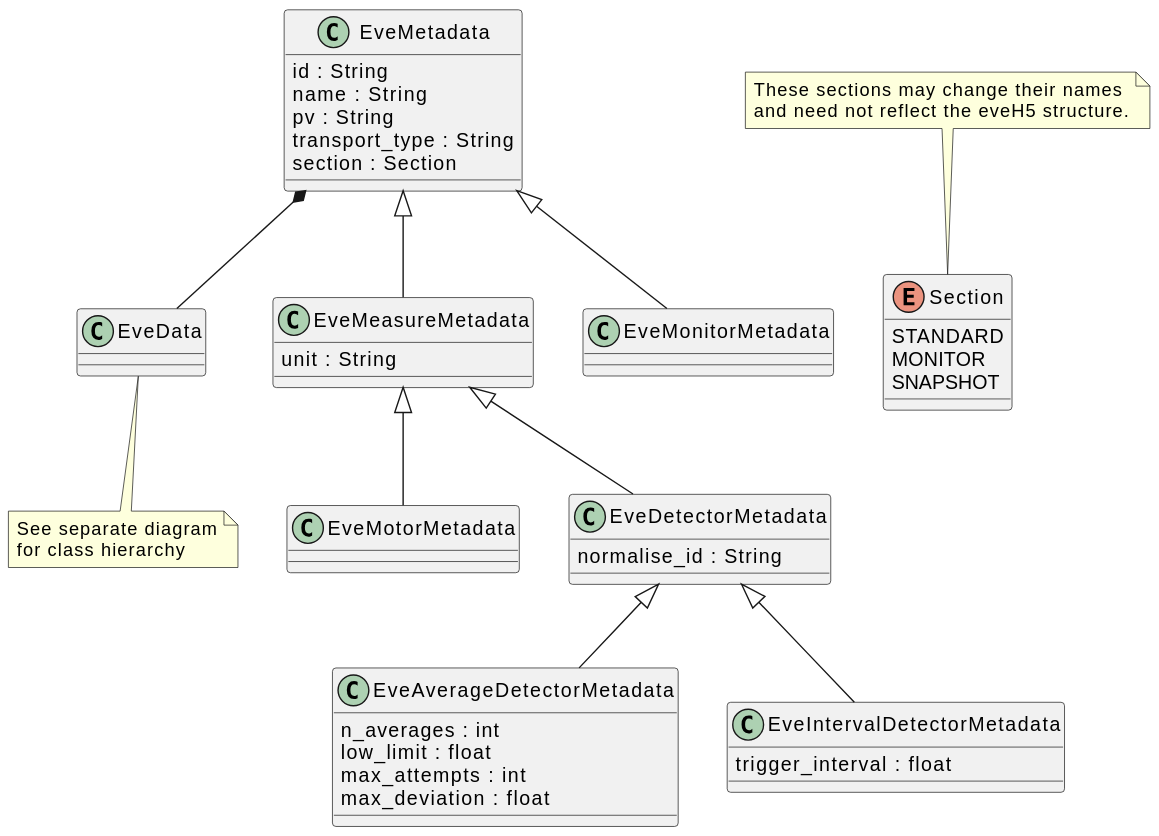
tillbiskup/evedata keeps this PlantUML diagram as docs/uml/evedata.evefile.evemetadata.svg. Above is the earlier version.
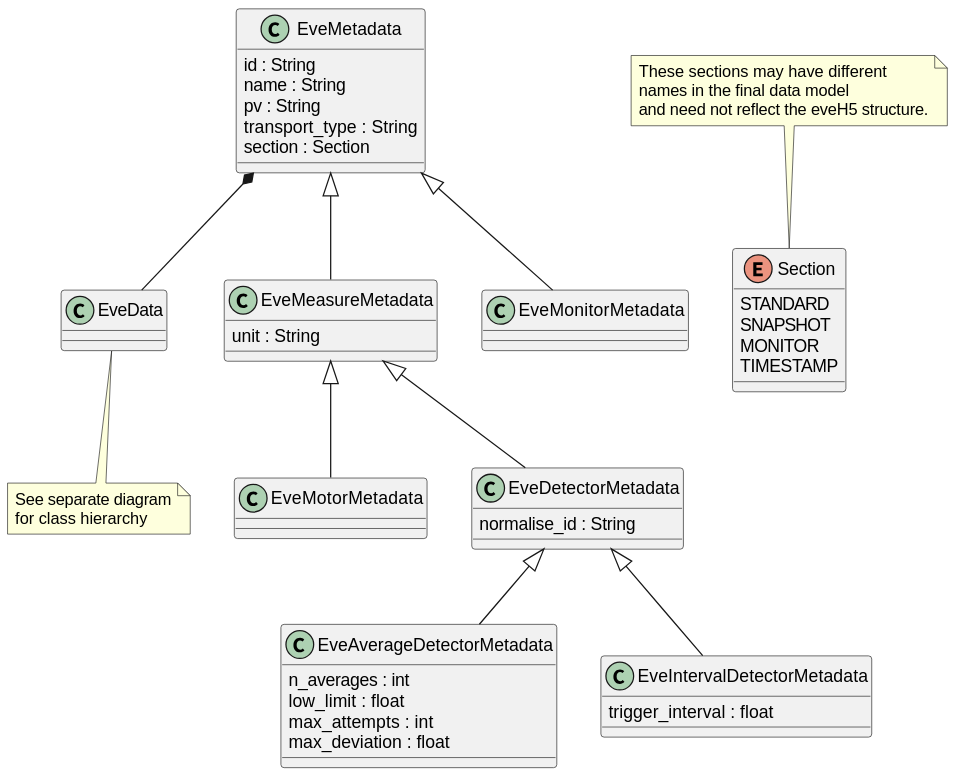
The same file after the commit.

Commit message:
Update UML diagrams for evedata and evemetadata classes; a lot more comments

The edit, as a diff of the source:
```diff
@@ -13,10 +13,11 @@
 
 enum Section {
     STANDARD
+    SNAPSHOT
     MONITOR
-    SNAPSHOT
+    TIMESTAMP
 }
-note top: These sections may change their names\nand need not reflect the eveH5 structure.
+note top: These sections may have different\nnames in the final data model\nand need not reflect the eveH5 structure.
 
 class EveMeasureMetadata {
     unit : String
```
